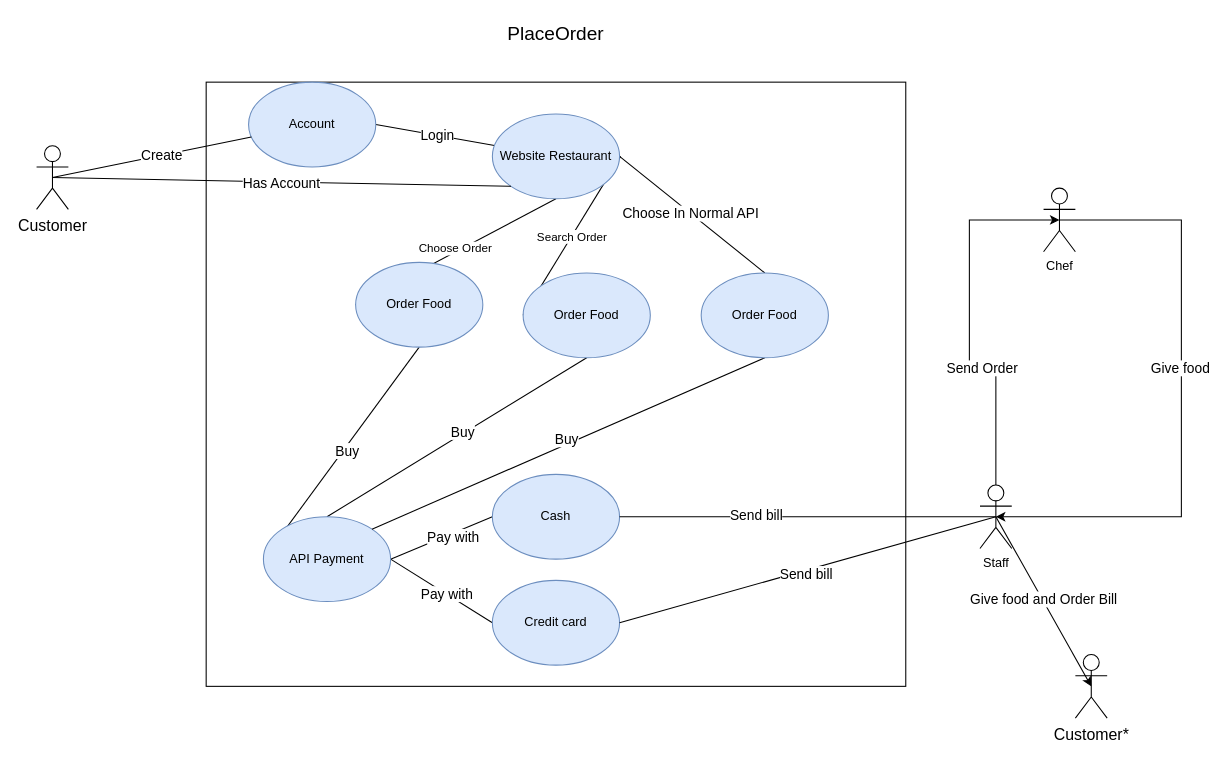
This is PlaceOrder.drawio from HARKINGS/UML, a draw.io file, before an edit. Source tidied: cells renumbered, new cells numbered last; positions are measured from the earlier drawing's top-left corner, leaving out a move shared by most shapes. Both pictures are drawn from the tidied source at 106%, with x=0, y=0 at pixel (36, 18).
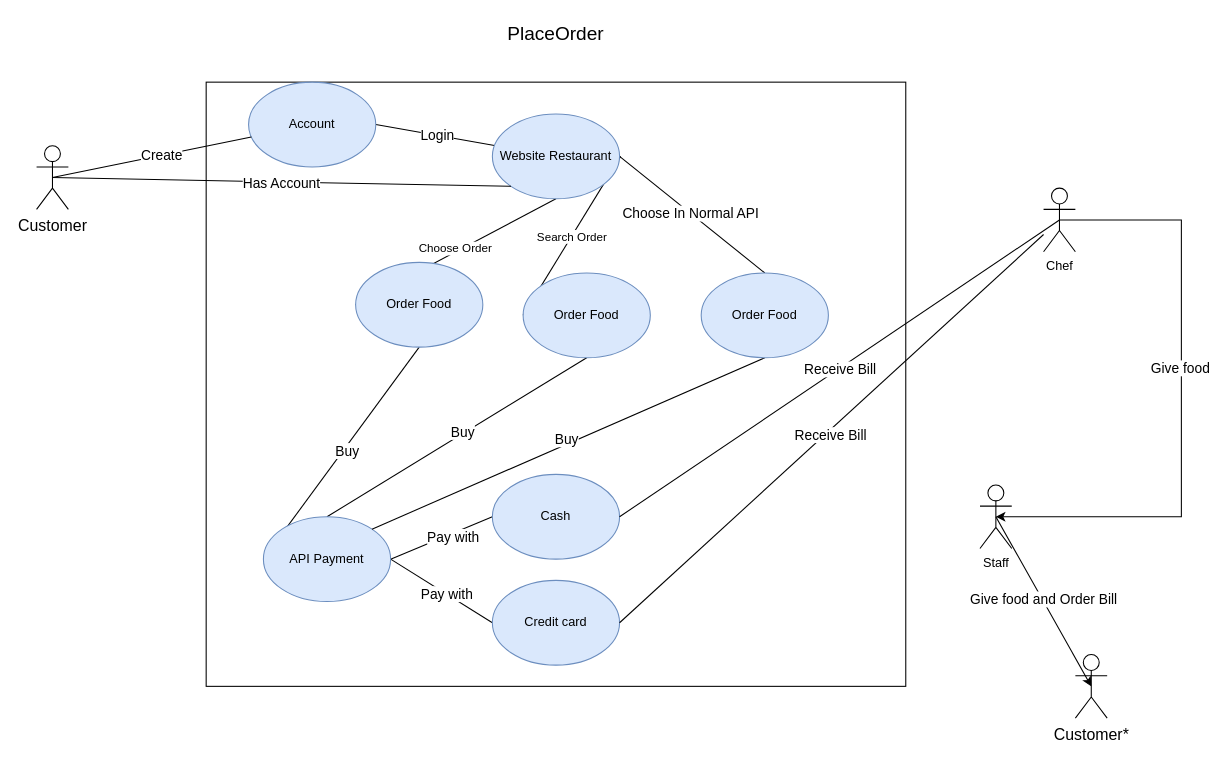
The same diagram, later.

Commit message:
Cập nhật PlaceOrder.drawio

The change refers to these unchanged cells:
```xml
<mxCell id="30" value="Cash" style="ellipse;whiteSpace=wrap;html=1;fillColor=#dae8fc;strokeColor=#6c8ebf;" parent="1" vertex="1">
  <mxGeometry x="430" y="430" width="120" height="80" as="geometry" />
</mxCell>
<mxCell id="31" value="Credit card" style="ellipse;whiteSpace=wrap;html=1;fillColor=#dae8fc;strokeColor=#6c8ebf;" parent="1" vertex="1">
  <mxGeometry x="430" y="530" width="120" height="80" as="geometry" />
</mxCell>
<mxCell id="32" value="Chef" style="shape=umlActor;verticalLabelPosition=bottom;verticalAlign=top;html=1;outlineConnect=0;" parent="1" vertex="1">
  <mxGeometry x="950" y="160" width="30" height="60" as="geometry" />
</mxCell>
<mxCell id="33" value="Staff" style="shape=umlActor;verticalLabelPosition=bottom;verticalAlign=top;html=1;outlineConnect=0;" parent="1" vertex="1">
  <mxGeometry x="890" y="440" width="30" height="60" as="geometry" />
</mxCell>
```

Change to the diagram source:
```diff
@@
-    <mxCell id="34" style="edgeStyle=orthogonalEdgeStyle;rounded=0;jettySize=auto;html=1;exitX=1;exitY=0.5;exitDx=0;exitDy=0;entryX=0.5;entryY=0.5;entryDx=0;entryDy=0;entryPerimeter=0;endArrow=none;endFill=0;" parent="1" edge="1" source="30" target="33">
+    <mxCell id="34" style="rounded=0;jettySize=auto;html=1;exitX=1;exitY=0.5;exitDx=0;exitDy=0;entryX=0.5;entryY=0.5;entryDx=0;entryDy=0;entryPerimeter=0;endArrow=none;endFill=0;" parent="1" edge="1" source="30" target="32">
       <mxGeometry relative="1" as="geometry" />
     </mxCell>
-    <mxCell id="35" value="&lt;font style=&quot;font-size: 13px;&quot;&gt;Send bill&lt;/font&gt;" style="edgeLabel;html=1;align=center;verticalAlign=middle;" parent="34" vertex="1">
-      <mxGeometry x="-0.28" y="2" relative="1" as="geometry" />
+    <mxCell id="35" value="&lt;font style=&quot;font-size: 13px;&quot;&gt;Receive Bill&lt;/font&gt;" style="edgeLabel;html=1;align=center;verticalAlign=middle;" parent="34" vertex="1">
+      <mxGeometry relative="1" as="geometry" />
     </mxCell>
-    <mxCell id="36" style="rounded=0;jettySize=auto;html=1;exitX=1;exitY=0.5;exitDx=0;exitDy=0;entryX=0.5;entryY=0.5;entryDx=0;entryDy=0;entryPerimeter=0;endArrow=none;endFill=0;" parent="1" edge="1" source="31" target="33">
+    <mxCell id="36" style="rounded=0;jettySize=auto;html=1;exitX=1;exitY=0.5;exitDx=0;exitDy=0;endArrow=none;endFill=0;" parent="1" edge="1" source="31" target="32">
       <mxGeometry relative="1" as="geometry" />
     </mxCell>
-    <mxCell id="37" value="&lt;font style=&quot;font-size: 13px;&quot;&gt;Send bill&lt;/font&gt;" style="edgeLabel;html=1;align=center;verticalAlign=middle;" parent="36" vertex="1">
+    <mxCell id="37" value="&lt;font style=&quot;font-size: 13px;&quot;&gt;Receive Bill&lt;/font&gt;" style="edgeLabel;html=1;align=center;verticalAlign=middle;" parent="36" vertex="1">
       <mxGeometry x="-0.02" y="-3" relative="1" as="geometry" />
     </mxCell>
-    <mxCell id="38" style="edgeStyle=orthogonalEdgeStyle;rounded=0;jettySize=auto;html=1;exitX=0.5;exitY=0;exitDx=0;exitDy=0;exitPerimeter=0;entryX=0.5;entryY=0.5;entryDx=0;entryDy=0;entryPerimeter=0;" parent="1" edge="1" source="33" target="32">
-      <mxGeometry relative="1" as="geometry">
-        <Array as="points">
-          <mxPoint x="905" y="330" />
-          <mxPoint x="880" y="330" />
-          <mxPoint x="880" y="190" />
-        </Array>
-      </mxGeometry>
-    </mxCell>
-    <mxCell id="39" value="&lt;font style=&quot;font-size: 13px;&quot;&gt;Send Order&lt;/font&gt;" style="edgeLabel;html=1;align=center;verticalAlign=middle;" parent="38" vertex="1">
-      <mxGeometry x="-0.31" y="-1" relative="1" as="geometry" />
-    </mxCell>
```
